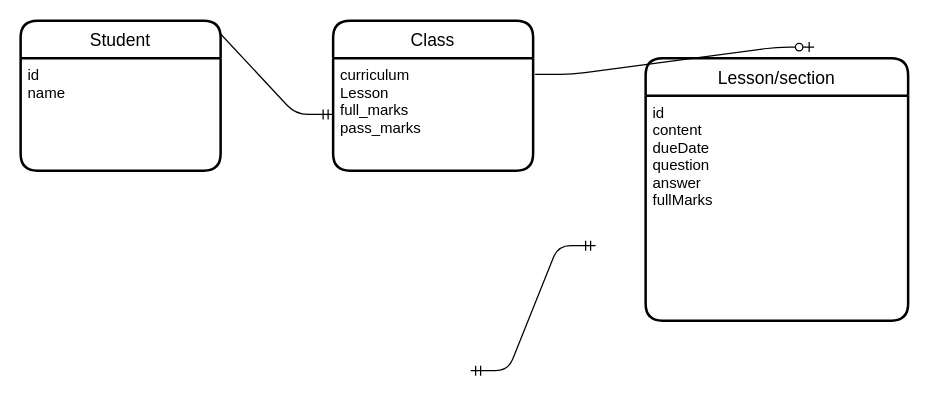
crook-nosed/oep keeps this draw.io diagram as Untitled Diagram.drawio. Above is the earlier version. Source tidied: cells renumbered, new cells numbered last; positions are measured from the earlier drawing's top-left corner, leaving out a move shared by most shapes. Both pictures are drawn from the tidied source at 125%, with x=0, y=0 at pixel (20, 20).
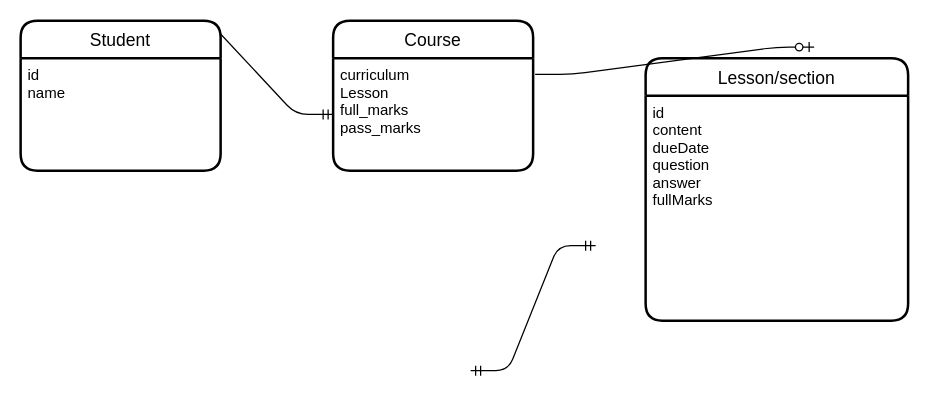
The same page after the edit.

What changed in the source:
```diff
@@
 <mxGraphModel>
   <root>
     <mxCell id="0" />
     <mxCell id="1" parent="0" />
-    <mxCell id="2" value="Class" style="swimlane;horizontal=1;startSize=30;rounded=1;fontSize=14;fontStyle=0;strokeWidth=2;shadow=0;dashed=0;align=center;" parent="1" vertex="1">
+    <mxCell id="2" value="Course" style="swimlane;horizontal=1;startSize=30;rounded=1;fontSize=14;fontStyle=0;strokeWidth=2;shadow=0;dashed=0;align=center;" parent="1" vertex="1">
       <mxGeometry x="250" width="160" height="120" as="geometry" />
     </mxCell>
     <mxCell id="3" value="curriculum&#10;Lesson&#10;full_marks&#10;pass_marks" style="align=left;strokeColor=none;fillColor=none;spacingLeft=4;fontSize=12;verticalAlign=top;" parent="2" vertex="1">
       <mxGeometry y="30" width="160" height="90" as="geometry" />
     </mxCell>
     <mxCell id="4" style="edgeStyle=entityRelationEdgeStyle;fontSize=12;html=1;endArrow=ERmandOne;exitX=0.75;exitY=0;exitDx=0;exitDy=0;" parent="1" edge="1" source="8" target="3">
       <mxGeometry relative="1" as="geometry" />
     </mxCell>
     <mxCell id="5" value="Lesson/section" style="swimlane;horizontal=1;startSize=30;rounded=1;fontSize=14;fontStyle=0;strokeWidth=2;shadow=0;dashed=0;align=center;" parent="1" vertex="1">
       <mxGeometry x="500" y="30" width="210" height="210" as="geometry" />
     </mxCell>
     <mxCell id="6" value="id&#10;content&#10;dueDate&#10;question&#10;answer&#10;fullMarks&#10;" style="align=left;strokeColor=none;fillColor=none;spacingLeft=4;fontSize=12;verticalAlign=top;" parent="5" vertex="1">
       <mxGeometry y="30" width="210" height="180" as="geometry" />
     </mxCell>
     <mxCell id="7" style="edgeStyle=entityRelationEdgeStyle;fontSize=12;html=1;endArrow=ERzeroToOne;endFill=1;exitX=1.01;exitY=0.144;exitDx=0;exitDy=0;exitPerimeter=0;entryX=0.642;entryY=-0.042;entryDx=0;entryDy=0;entryPerimeter=0;" parent="1" edge="1" source="3" target="5">
       <mxGeometry relative="1" as="geometry" />
     </mxCell>
     <mxCell id="8" value="Student" style="swimlane;horizontal=1;startSize=30;rounded=1;fontSize=14;fontStyle=0;strokeWidth=2;shadow=0;dashed=0;align=center;" parent="1" vertex="1">
       <mxGeometry width="160" height="120" as="geometry" />
     </mxCell>
     <mxCell id="9" value="id&#10;name" style="align=left;strokeColor=none;fillColor=none;spacingLeft=4;fontSize=12;verticalAlign=top;" parent="8" vertex="1">
       <mxGeometry y="30" width="160" height="90" as="geometry" />
     </mxCell>
     <mxCell id="10" style="edgeStyle=entityRelationEdgeStyle;fontSize=12;html=1;endArrow=ERmandOne;startArrow=ERmandOne;" parent="1" edge="1">
       <mxGeometry relative="1" as="geometry">
         <mxPoint x="360" y="280" as="sourcePoint" />
         <mxPoint x="460" y="180" as="targetPoint" />
       </mxGeometry>
     </mxCell>
   </root>
 </mxGraphModel>
```
